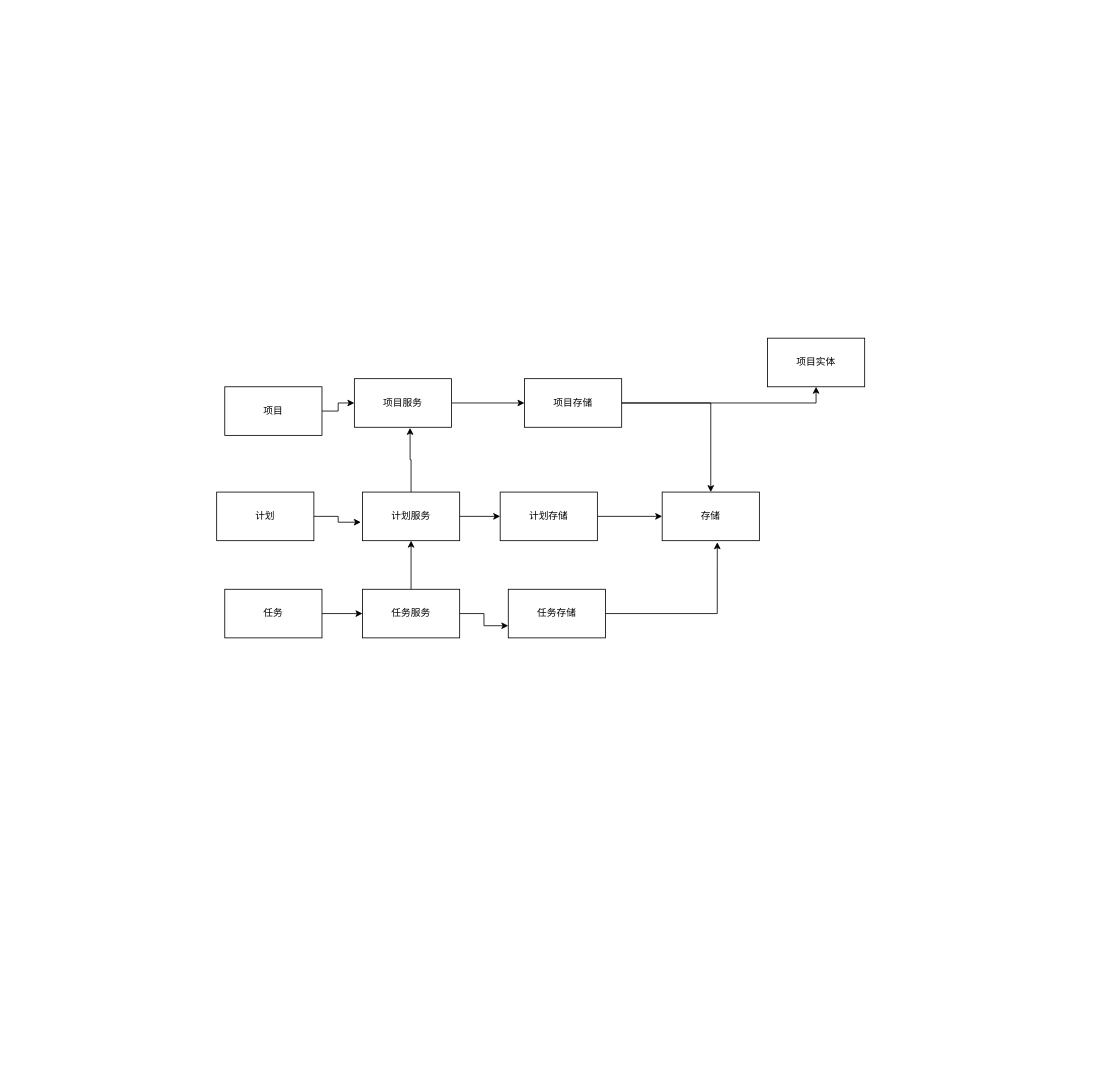
This is apps/drawios/make_progress.drawio from zuiyu1998/project_book, a draw.io file, before an edit. Source tidied: cells renumbered, new cells numbered last; positions are measured from the earlier drawing's top-left corner, leaving out a move shared by most shapes. Both pictures are drawn from the tidied source at 81%, with x=0, y=0 at pixel (216, 338).
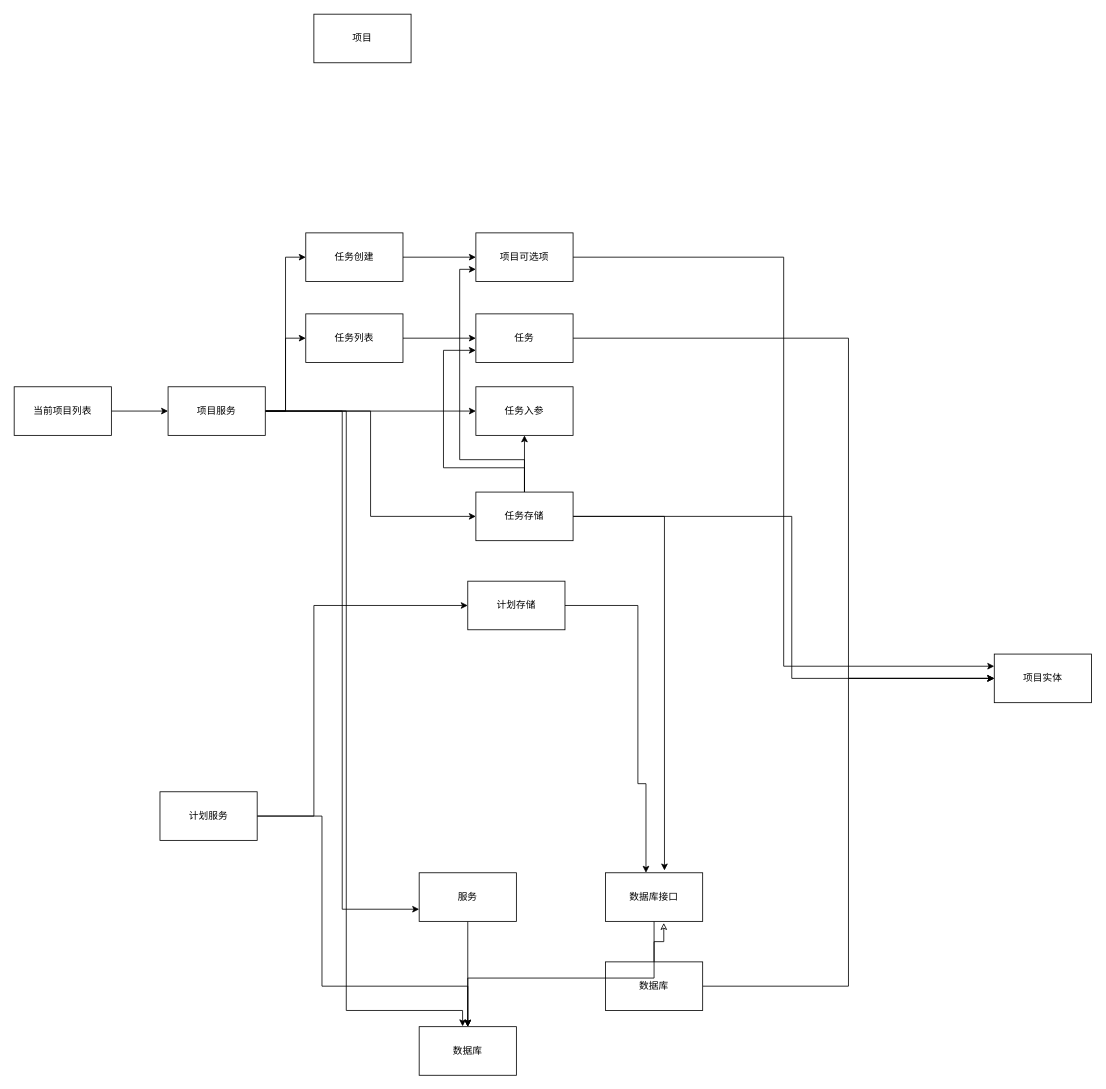
Above is the later version.

Diff of the diagram source:
```diff
@@
-    <mxCell id="2" style="edgeStyle=orthogonalEdgeStyle;rounded=0;jettySize=auto;html=1;entryX=0;entryY=0.5;entryDx=0;entryDy=0;" parent="1" edge="1" source="3" target="17">
-      <mxGeometry relative="1" as="geometry" />
-    </mxCell>
-    <mxCell id="3" value="项目服务" style="rounded=0;whiteSpace=wrap;html=1;" parent="1" vertex="1">
-      <mxGeometry x="170" y="50" width="120" height="60" as="geometry" />
+    <mxCell id="3" value="项目" style="rounded=0;whiteSpace=wrap;html=1;" parent="1" vertex="1">
+      <mxGeometry x="120" y="-400" width="120" height="60" as="geometry" />
     </mxCell>
-    <mxCell id="4" style="edgeStyle=orthogonalEdgeStyle;rounded=0;jettySize=auto;html=1;entryX=0.573;entryY=1.013;entryDx=0;entryDy=0;entryPerimeter=0;" parent="1" edge="1" source="6" target="3">
-      <mxGeometry relative="1" as="geometry" />
-    </mxCell>
-    <mxCell id="5" style="edgeStyle=orthogonalEdgeStyle;rounded=0;jettySize=auto;html=1;entryX=0;entryY=0.5;entryDx=0;entryDy=0;" parent="1" edge="1" source="6" target="13">
-      <mxGeometry relative="1" as="geometry" />
-    </mxCell>
-    <mxCell id="6" value="计划服务" style="rounded=0;whiteSpace=wrap;html=1;" parent="1" vertex="1">
-      <mxGeometry x="180" y="190" width="120" height="60" as="geometry" />
-    </mxCell>
-    <mxCell id="7" style="edgeStyle=orthogonalEdgeStyle;rounded=0;jettySize=auto;html=1;entryX=0.5;entryY=1;entryDx=0;entryDy=0;" parent="1" edge="1" source="9" target="6">
-      <mxGeometry relative="1" as="geometry" />
-    </mxCell>
+    <mxCell id="20" style="edgeStyle=orthogonalEdgeStyle;rounded=0;jettySize=auto;html=1;entryX=0.6;entryY=1.033;entryDx=0;entryDy=0;entryPerimeter=0;endArrow=classic;endFill=0;" parent="1" edge="1" source="9" target="15">
+      <mxGeometry relative="1" as="geometry" />
+    </mxCell>
+    <mxCell id="25" style="edgeStyle=orthogonalEdgeStyle;rounded=0;jettySize=auto;html=1;entryX=0;entryY=0.5;entryDx=0;entryDy=0;endArrow=classic;endFill=1;" parent="1" edge="1" source="9" target="14">
+      <mxGeometry relative="1" as="geometry" />
+    </mxCell>
+    <mxCell id="9" value="数据库" style="rounded=0;whiteSpace=wrap;html=1;" parent="1" vertex="1">
+      <mxGeometry x="480" y="770" width="120" height="60" as="geometry" />
+    </mxCell>
+    <mxCell id="26" style="edgeStyle=orthogonalEdgeStyle;rounded=0;jettySize=auto;html=1;entryX=0;entryY=0.5;entryDx=0;entryDy=0;" parent="1" edge="1" source="11" target="52">
+      <mxGeometry relative="1" as="geometry">
+        <Array as="points">
+          <mxPoint x="120" y="590" />
+          <mxPoint x="120" y="330" />
+        </Array>
+      </mxGeometry>
+    </mxCell>
+    <mxCell id="27" style="edgeStyle=orthogonalEdgeStyle;rounded=0;jettySize=auto;html=1;entryX=0.5;entryY=0;entryDx=0;entryDy=0;" parent="1" edge="1" source="11" target="43">
+      <mxGeometry relative="1" as="geometry">
+        <Array as="points">
+          <mxPoint x="130" y="590" />
+          <mxPoint x="130" y="800" />
+          <mxPoint x="310" y="800" />
+        </Array>
+      </mxGeometry>
+    </mxCell>
+    <mxCell id="11" value="计划服务" style="rounded=0;whiteSpace=wrap;html=1;" parent="1" vertex="1">
+      <mxGeometry x="-70" y="560" width="120" height="60" as="geometry" />
+    </mxCell>
+    <mxCell id="28" style="edgeStyle=orthogonalEdgeStyle;rounded=0;jettySize=auto;html=1;entryX=0;entryY=0.5;entryDx=0;entryDy=0;" parent="1" edge="1" source="8" target="14">
+      <mxGeometry relative="1" as="geometry">
+        <Array as="points">
+          <mxPoint x="780" />
+          <mxPoint x="780" y="420" />
+        </Array>
+      </mxGeometry>
+    </mxCell>
-    <mxCell id="8" style="edgeStyle=orthogonalEdgeStyle;rounded=0;jettySize=auto;html=1;entryX=0;entryY=0.75;entryDx=0;entryDy=0;" parent="1" edge="1" source="9" target="11">
-      <mxGeometry relative="1" as="geometry" />
+    <mxCell id="8" value="任务" style="rounded=0;whiteSpace=wrap;html=1;" parent="1" vertex="1">
+      <mxGeometry x="320" y="-30" width="120" height="60" as="geometry" />
     </mxCell>
-    <mxCell id="9" value="任务服务" style="rounded=0;whiteSpace=wrap;html=1;" parent="1" vertex="1">
-      <mxGeometry x="180" y="310" width="120" height="60" as="geometry" />
-    </mxCell>
-    <mxCell id="10" style="edgeStyle=orthogonalEdgeStyle;rounded=0;jettySize=auto;html=1;entryX=0.567;entryY=1.033;entryDx=0;entryDy=0;entryPerimeter=0;" parent="1" edge="1" source="11" target="14">
-      <mxGeometry relative="1" as="geometry" />
-    </mxCell>
-    <mxCell id="11" value="任务存储" style="rounded=0;whiteSpace=wrap;html=1;" parent="1" vertex="1">
-      <mxGeometry x="360" y="310" width="120" height="60" as="geometry" />
-    </mxCell>
-    <mxCell id="12" style="edgeStyle=orthogonalEdgeStyle;rounded=0;jettySize=auto;html=1;" parent="1" edge="1" source="13" target="14">
-      <mxGeometry relative="1" as="geometry" />
-    </mxCell>
+    <mxCell id="29" style="edgeStyle=orthogonalEdgeStyle;rounded=0;jettySize=auto;html=1;entryX=0;entryY=0.5;entryDx=0;entryDy=0;endArrow=classic;endFill=1;" parent="1" edge="1" source="13" target="19">
+      <mxGeometry relative="1" as="geometry" />
+    </mxCell>
-    <mxCell id="13" value="计划存储" style="rounded=0;whiteSpace=wrap;html=1;" parent="1" vertex="1">
-      <mxGeometry x="350" y="190" width="120" height="60" as="geometry" />
+    <mxCell id="13" value="当前项目列表" style="rounded=0;whiteSpace=wrap;html=1;" parent="1" vertex="1">
+      <mxGeometry x="-250" y="60" width="120" height="60" as="geometry" />
     </mxCell>
+    <mxCell id="30" style="edgeStyle=orthogonalEdgeStyle;rounded=0;jettySize=auto;html=1;entryX=0.5;entryY=0;entryDx=0;entryDy=0;endArrow=classic;endFill=1;" parent="1" edge="1" source="17" target="43">
+      <mxGeometry relative="1" as="geometry" />
+    </mxCell>
+    <mxCell id="17" value="服务" style="rounded=0;whiteSpace=wrap;html=1;" parent="1" vertex="1">
+      <mxGeometry x="250" y="660" width="120" height="60" as="geometry" />
+    </mxCell>
-    <mxCell id="14" value="存储" style="rounded=0;whiteSpace=wrap;html=1;" parent="1" vertex="1">
-      <mxGeometry x="550" y="190" width="120" height="60" as="geometry" />
+    <mxCell id="14" value="项目实体" style="rounded=0;whiteSpace=wrap;html=1;" parent="1" vertex="1">
+      <mxGeometry x="960" y="390" width="120" height="60" as="geometry" />
     </mxCell>
+    <mxCell id="31" style="edgeStyle=orthogonalEdgeStyle;rounded=0;jettySize=auto;html=1;" parent="1" edge="1" source="15" target="43">
+      <mxGeometry relative="1" as="geometry">
+        <Array as="points">
+          <mxPoint x="540" y="790" />
+          <mxPoint x="310" y="790" />
+        </Array>
+      </mxGeometry>
+    </mxCell>
-    <mxCell id="15" style="edgeStyle=orthogonalEdgeStyle;rounded=0;jettySize=auto;html=1;" parent="1" edge="1" source="17" target="14">
-      <mxGeometry relative="1" as="geometry" />
+    <mxCell id="15" value="数据库接口" style="rounded=0;whiteSpace=wrap;html=1;" parent="1" vertex="1">
+      <mxGeometry x="480" y="660" width="120" height="60" as="geometry" />
     </mxCell>
-    <mxCell id="16" style="edgeStyle=orthogonalEdgeStyle;rounded=0;jettySize=auto;html=1;entryX=0.5;entryY=1;entryDx=0;entryDy=0;" parent="1" edge="1" source="17" target="18">
-      <mxGeometry relative="1" as="geometry" />
-    </mxCell>
-    <mxCell id="17" value="项目存储" style="rounded=0;whiteSpace=wrap;html=1;" parent="1" vertex="1">
-      <mxGeometry x="380" y="50" width="120" height="60" as="geometry" />
-    </mxCell>
-    <mxCell id="18" value="项目实体" style="rounded=0;whiteSpace=wrap;html=1;" parent="1" vertex="1">
-      <mxGeometry x="680" width="120" height="60" as="geometry" />
-    </mxCell>
+    <mxCell id="32" style="edgeStyle=orthogonalEdgeStyle;rounded=0;jettySize=auto;html=1;entryX=0;entryY=0.5;entryDx=0;entryDy=0;endArrow=classic;endFill=0;" parent="1" edge="1" source="37" target="14">
+      <mxGeometry relative="1" as="geometry">
+        <Array as="points">
+          <mxPoint x="710" y="220" />
+          <mxPoint x="710" y="420" />
+        </Array>
+      </mxGeometry>
+    </mxCell>
+    <mxCell id="33" style="edgeStyle=orthogonalEdgeStyle;rounded=0;jettySize=auto;html=1;entryX=0.5;entryY=1;entryDx=0;entryDy=0;endArrow=classic;endFill=1;" parent="1" edge="1" source="37" target="44">
+      <mxGeometry relative="1" as="geometry" />
+    </mxCell>
+    <mxCell id="34" style="edgeStyle=orthogonalEdgeStyle;rounded=0;jettySize=auto;html=1;entryX=0.607;entryY=-0.047;entryDx=0;entryDy=0;entryPerimeter=0;endArrow=classic;endFill=1;" parent="1" edge="1" source="37" target="15">
+      <mxGeometry relative="1" as="geometry" />
+    </mxCell>
+    <mxCell id="35" style="edgeStyle=orthogonalEdgeStyle;rounded=0;jettySize=auto;html=1;entryX=0;entryY=0.75;entryDx=0;entryDy=0;" parent="1" edge="1" source="37" target="8">
+      <mxGeometry relative="1" as="geometry">
+        <Array as="points">
+          <mxPoint x="380" y="160" />
+          <mxPoint x="280" y="160" />
+          <mxPoint x="280" y="15" />
+        </Array>
+      </mxGeometry>
+    </mxCell>
+    <mxCell id="36" style="edgeStyle=orthogonalEdgeStyle;rounded=0;jettySize=auto;html=1;entryX=0;entryY=0.75;entryDx=0;entryDy=0;" parent="1" edge="1" source="37" target="50">
+      <mxGeometry relative="1" as="geometry">
+        <Array as="points">
+          <mxPoint x="380" y="150" />
+          <mxPoint x="300" y="150" />
+          <mxPoint x="300" y="-85" />
+        </Array>
+      </mxGeometry>
+    </mxCell>
+    <mxCell id="37" value="任务存储" style="rounded=0;whiteSpace=wrap;html=1;" parent="1" vertex="1">
+      <mxGeometry x="320" y="190" width="120" height="60" as="geometry" />
+    </mxCell>
+    <mxCell id="22" style="edgeStyle=orthogonalEdgeStyle;rounded=0;jettySize=auto;html=1;entryX=0;entryY=0.75;entryDx=0;entryDy=0;endArrow=classic;endFill=1;" parent="1" edge="1" source="19" target="17">
+      <mxGeometry relative="1" as="geometry" />
+    </mxCell>
+    <mxCell id="38" style="edgeStyle=orthogonalEdgeStyle;rounded=0;jettySize=auto;html=1;entryX=0;entryY=0.5;entryDx=0;entryDy=0;endArrow=classic;endFill=1;" parent="1" edge="1" source="19" target="44">
+      <mxGeometry relative="1" as="geometry" />
+    </mxCell>
+    <mxCell id="39" style="edgeStyle=orthogonalEdgeStyle;rounded=0;jettySize=auto;html=1;entryX=0;entryY=0.5;entryDx=0;entryDy=0;endArrow=classic;endFill=1;" parent="1" edge="1" source="19" target="37">
+      <mxGeometry relative="1" as="geometry" />
+    </mxCell>
+    <mxCell id="40" style="edgeStyle=orthogonalEdgeStyle;rounded=0;jettySize=auto;html=1;endArrow=classic;endFill=1;entryX=0.447;entryY=-0.007;entryDx=0;entryDy=0;entryPerimeter=0;" parent="1" edge="1" source="19" target="43">
+      <mxGeometry relative="1" as="geometry">
+        <Array as="points">
+          <mxPoint x="160" y="90" />
+          <mxPoint x="160" y="830" />
+          <mxPoint x="304" y="830" />
+        </Array>
+      </mxGeometry>
+    </mxCell>
+    <mxCell id="41" style="edgeStyle=orthogonalEdgeStyle;rounded=0;jettySize=auto;html=1;entryX=0;entryY=0.5;entryDx=0;entryDy=0;" parent="1" edge="1" source="19" target="48">
+      <mxGeometry relative="1" as="geometry" />
+    </mxCell>
+    <mxCell id="42" style="edgeStyle=orthogonalEdgeStyle;rounded=0;jettySize=auto;html=1;entryX=0;entryY=0.5;entryDx=0;entryDy=0;" parent="1" edge="1" source="19" target="46">
+      <mxGeometry relative="1" as="geometry" />
+    </mxCell>
-    <mxCell id="19" style="edgeStyle=orthogonalEdgeStyle;rounded=0;jettySize=auto;html=1;entryX=0;entryY=0.5;entryDx=0;entryDy=0;" parent="1" edge="1" source="20" target="3">
-      <mxGeometry relative="1" as="geometry" />
+    <mxCell id="19" value="项目服务" style="rounded=0;whiteSpace=wrap;html=1;" parent="1" vertex="1">
+      <mxGeometry x="-60" y="60" width="120" height="60" as="geometry" />
     </mxCell>
-    <mxCell id="20" value="项目" style="rounded=0;whiteSpace=wrap;html=1;" parent="1" vertex="1">
-      <mxGeometry x="10" y="60" width="120" height="60" as="geometry" />
-    </mxCell>
-    <mxCell id="21" style="edgeStyle=orthogonalEdgeStyle;rounded=0;jettySize=auto;html=1;entryX=-0.017;entryY=0.62;entryDx=0;entryDy=0;entryPerimeter=0;" parent="1" edge="1" source="22" target="6">
-      <mxGeometry relative="1" as="geometry" />
-    </mxCell>
-    <mxCell id="22" value="计划" style="rounded=0;whiteSpace=wrap;html=1;" parent="1" vertex="1">
-      <mxGeometry y="190" width="120" height="60" as="geometry" />
-    </mxCell>
-    <mxCell id="23" style="edgeStyle=orthogonalEdgeStyle;rounded=0;jettySize=auto;html=1;entryX=0;entryY=0.5;entryDx=0;entryDy=0;" parent="1" edge="1" source="24" target="9">
-      <mxGeometry relative="1" as="geometry" />
-    </mxCell>
-    <mxCell id="24" value="任务" style="rounded=0;whiteSpace=wrap;html=1;" parent="1" vertex="1">
-      <mxGeometry x="10" y="310" width="120" height="60" as="geometry" />
-    </mxCell>
+    <mxCell id="43" value="数据库" style="rounded=0;whiteSpace=wrap;html=1;" parent="1" vertex="1">
+      <mxGeometry x="250" y="850" width="120" height="60" as="geometry" />
+    </mxCell>
+    <mxCell id="44" value="任务入参" style="rounded=0;whiteSpace=wrap;html=1;" parent="1" vertex="1">
+      <mxGeometry x="320" y="60" width="120" height="60" as="geometry" />
+    </mxCell>
+    <mxCell id="45" style="edgeStyle=orthogonalEdgeStyle;rounded=0;jettySize=auto;html=1;" parent="1" edge="1" source="46" target="8">
+      <mxGeometry relative="1" as="geometry" />
+    </mxCell>
+    <mxCell id="46" value="任务列表" style="rounded=0;whiteSpace=wrap;html=1;" parent="1" vertex="1">
+      <mxGeometry x="110" y="-30" width="120" height="60" as="geometry" />
+    </mxCell>
+    <mxCell id="47" style="edgeStyle=orthogonalEdgeStyle;rounded=0;jettySize=auto;html=1;entryX=0;entryY=0.5;entryDx=0;entryDy=0;" parent="1" edge="1" source="48" target="50">
+      <mxGeometry relative="1" as="geometry" />
+    </mxCell>
+    <mxCell id="48" value="任务创建" style="rounded=0;whiteSpace=wrap;html=1;" parent="1" vertex="1">
+      <mxGeometry x="110" y="-130" width="120" height="60" as="geometry" />
+    </mxCell>
+    <mxCell id="49" style="edgeStyle=orthogonalEdgeStyle;rounded=0;jettySize=auto;html=1;entryX=0;entryY=0.25;entryDx=0;entryDy=0;" parent="1" edge="1" source="50" target="14">
+      <mxGeometry relative="1" as="geometry" />
+    </mxCell>
+    <mxCell id="50" value="项目可选项" style="rounded=0;whiteSpace=wrap;html=1;" parent="1" vertex="1">
+      <mxGeometry x="320" y="-130" width="120" height="60" as="geometry" />
+    </mxCell>
+    <mxCell id="51" style="edgeStyle=orthogonalEdgeStyle;rounded=0;jettySize=auto;html=1;" parent="1" edge="1" source="52" target="15">
+      <mxGeometry relative="1" as="geometry">
+        <Array as="points">
+          <mxPoint x="520" y="330" />
+          <mxPoint x="520" y="550" />
+          <mxPoint x="530" y="550" />
+        </Array>
+      </mxGeometry>
+    </mxCell>
+    <mxCell id="52" value="计划存储" style="rounded=0;whiteSpace=wrap;html=1;" parent="1" vertex="1">
+      <mxGeometry x="310" y="300" width="120" height="60" as="geometry" />
+    </mxCell>
```
